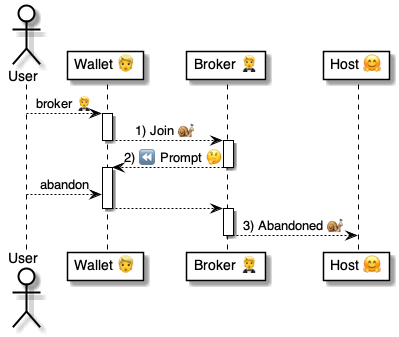
Earlier version of the PlantUML export 4 ⚙️ Solution/20 🧑‍🦰 UI/Wallets 🧑‍🦰/🧑‍🦰💬 Wallet chats/...in Chats 💬/Abandon 💬🤵/🧑‍🦰 Abandon chat ⚙️ uml.png (pollyweb-org/pollyweb-docs). Its source is kept beside it as 4 ⚙️ Solution/20 🧑‍🦰 UI/Wallets 🧑‍🦰/🧑‍🦰💬 Wallet chats/...in Chats 💬/Abandon 💬🤵/🧑‍🦰 Abandon chat ⚙️ uml.puml.
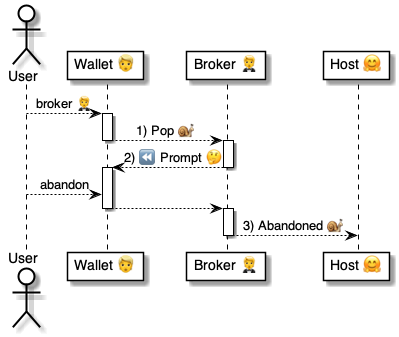
The same diagram one commit later.

Diff of the diagram source:
```diff
@@ -10,7 +10,7 @@
 
 user --> wallet: broker 🤵
 activate wallet
-    wallet --> broker: 1) Join 🐌
+    wallet --> broker: 1) Pop 🐌
 deactivate wallet
 
 activate broker
```
